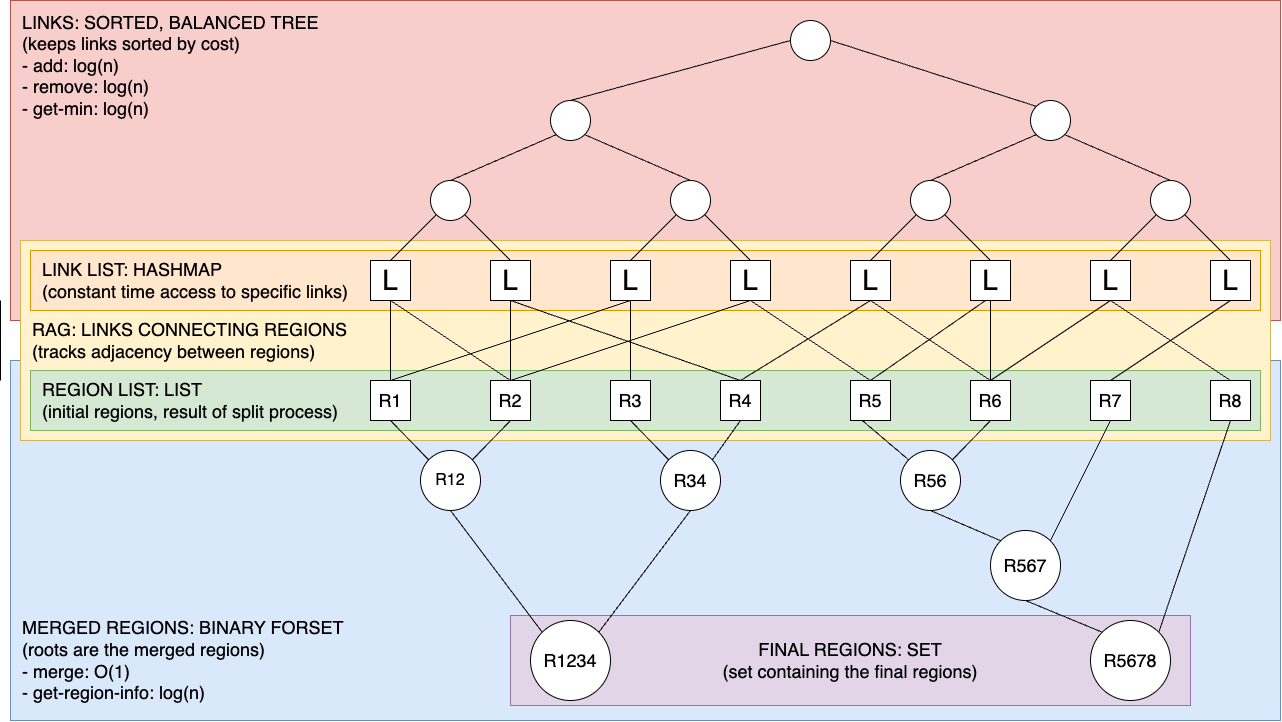
LucaPoda/split_and_merge keeps this draw.io diagram as content/DS_SignalProject.png. Above is the earlier version. Source tidied: cells renumbered, new cells last; positions are measured from the earlier drawing's top-left corner, leaving out a move shared by most shapes.
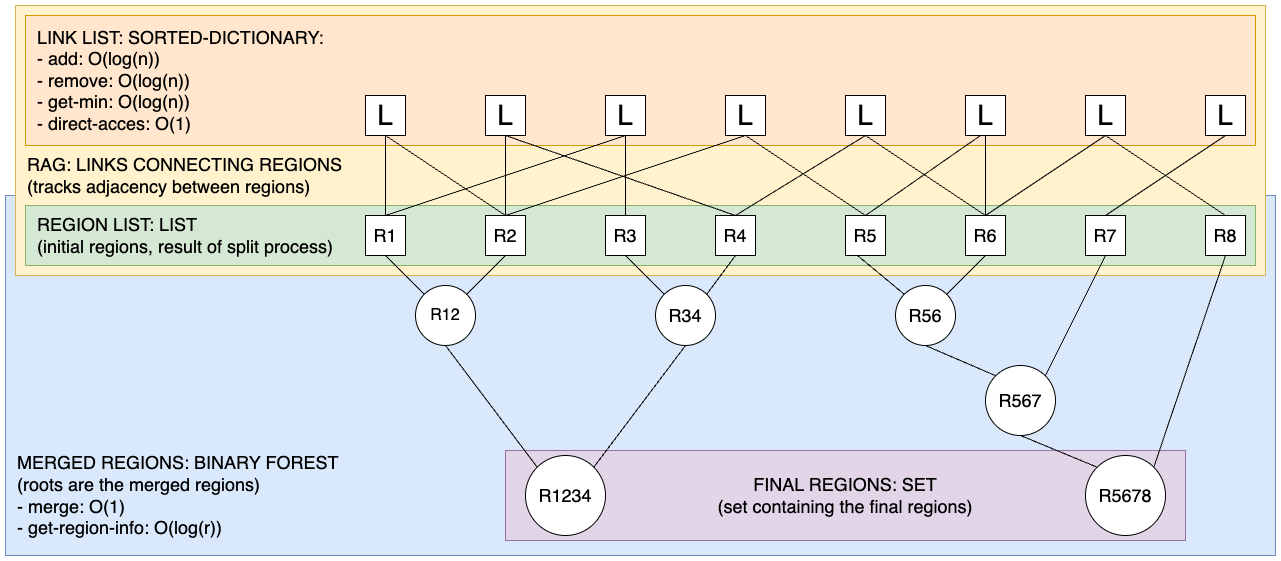
The same file after the commit.

The edit, as a diff of the source:
```diff
@@ -2,9 +2,6 @@
   <root>
     <mxCell id="0" />
     <mxCell id="1" parent="0" />
-    <mxCell id="2" style="rounded=0;whiteSpace=wrap;html=1;labelBackgroundColor=light-dark(#e88f68, #ededed);fillColor=#f8cecc;strokeColor=#b85450;" parent="1" vertex="1">
-      <mxGeometry x="10" width="1270" height="320" as="geometry" />
-    </mxCell>
     <mxCell id="3" style="rounded=0;whiteSpace=wrap;html=1;labelBackgroundColor=light-dark(#e88f68, #ededed);fillColor=#dae8fc;strokeColor=#6c8ebf;" parent="1" vertex="1">
       <mxGeometry x="10" y="360" width="1270" height="360" as="geometry" />
     </mxCell>
@@ -12,93 +9,14 @@
       <mxGeometry x="510" y="615" width="680" height="90" as="geometry" />
     </mxCell>
     <mxCell id="5" style="rounded=0;whiteSpace=wrap;html=1;labelBackgroundColor=light-dark(#e88f68, #ededed);fillColor=#fff2cc;strokeColor=#d6b656;" parent="1" vertex="1">
-      <mxGeometry x="20" y="240" width="1250" height="200" as="geometry" />
+      <mxGeometry x="20" y="170" width="1250" height="270" as="geometry" />
     </mxCell>
     <mxCell id="6" style="rounded=0;whiteSpace=wrap;html=1;labelBackgroundColor=light-dark(#e88f68, #ededed);fillColor=#d5e8d4;strokeColor=#82b366;" parent="1" vertex="1">
       <mxGeometry x="30" y="370" width="1230" height="60" as="geometry" />
     </mxCell>
     <mxCell id="7" style="rounded=0;whiteSpace=wrap;html=1;labelBackgroundColor=light-dark(#e88f68, #ededed);fillColor=#ffe6cc;strokeColor=#d79b00;" parent="1" vertex="1">
-      <mxGeometry x="30" y="250" width="1230" height="60" as="geometry" />
+      <mxGeometry x="30" y="180" width="1230" height="130" as="geometry" />
     </mxCell>
-    <mxCell id="8" style="ellipse;whiteSpace=wrap;html=1;" parent="1" vertex="1">
-      <mxGeometry x="790" y="20" width="40" height="40" as="geometry" />
-    </mxCell>
-    <mxCell id="9" value="&lt;div&gt;&lt;br&gt;&lt;/div&gt;&lt;div&gt;&lt;br&gt;&lt;/div&gt;" style="ellipse;whiteSpace=wrap;html=1;" parent="1" vertex="1">
-      <mxGeometry x="430" y="180" width="40" height="40" as="geometry" />
-    </mxCell>
-    <mxCell id="10" value="&lt;div&gt;&lt;br&gt;&lt;/div&gt;&lt;div&gt;&lt;br&gt;&lt;/div&gt;" style="ellipse;whiteSpace=wrap;html=1;" parent="1" vertex="1">
-      <mxGeometry x="670" y="180" width="40" height="40" as="geometry" />
-    </mxCell>
-    <mxCell id="11" value="&lt;div&gt;&lt;br&gt;&lt;/div&gt;&lt;div&gt;&lt;br&gt;&lt;/div&gt;" style="ellipse;whiteSpace=wrap;html=1;" parent="1" vertex="1">
-      <mxGeometry x="910" y="180" width="40" height="40" as="geometry" />
-    </mxCell>
-    <mxCell id="12" value="&lt;div&gt;&lt;br&gt;&lt;/div&gt;&lt;div&gt;&lt;br&gt;&lt;/div&gt;" style="ellipse;whiteSpace=wrap;html=1;" parent="1" vertex="1">
-      <mxGeometry x="1150" y="180" width="40" height="40" as="geometry" />
-    </mxCell>
-    <mxCell id="13" style="rounded=0;jettySize=auto;html=1;entryX=0;entryY=0.5;entryDx=0;entryDy=0;startArrow=none;startFill=0;endArrow=none;exitX=0.5;exitY=0;exitDx=0;exitDy=0;" parent="1" edge="1" source="15" target="8">
-      <mxGeometry relative="1" as="geometry" />
-    </mxCell>
-    <mxCell id="14" style="rounded=0;jettySize=auto;html=1;exitX=0;exitY=1;exitDx=0;exitDy=0;entryX=0.5;entryY=0;entryDx=0;entryDy=0;endArrow=none;startFill=0;" parent="1" edge="1" source="15" target="9">
-      <mxGeometry relative="1" as="geometry" />
-    </mxCell>
-    <mxCell id="15" value="&lt;div&gt;&lt;br&gt;&lt;/div&gt;&lt;div&gt;&lt;br&gt;&lt;/div&gt;" style="ellipse;whiteSpace=wrap;html=1;" parent="1" vertex="1">
-      <mxGeometry x="550" y="100" width="40" height="40" as="geometry" />
-    </mxCell>
-    <mxCell id="16" value="&lt;div&gt;&lt;br&gt;&lt;/div&gt;&lt;div&gt;&lt;br&gt;&lt;/div&gt;" style="ellipse;whiteSpace=wrap;html=1;" parent="1" vertex="1">
-      <mxGeometry x="1030" y="100" width="40" height="40" as="geometry" />
-    </mxCell>
-    <mxCell id="17" style="rounded=0;jettySize=auto;html=1;exitX=1;exitY=1;exitDx=0;exitDy=0;entryX=0.5;entryY=0;entryDx=0;entryDy=0;endArrow=none;startFill=0;" parent="1" edge="1" source="15" target="10">
-      <mxGeometry relative="1" as="geometry" />
-    </mxCell>
-    <mxCell id="18" style="rounded=0;jettySize=auto;html=1;exitX=0.5;exitY=0;exitDx=0;exitDy=0;entryX=0;entryY=1;entryDx=0;entryDy=0;endArrow=none;startFill=0;" parent="1" edge="1" target="9">
-      <mxGeometry relative="1" as="geometry">
-        <mxPoint x="390" y="260" as="sourcePoint" />
-      </mxGeometry>
-    </mxCell>
-    <mxCell id="19" style="rounded=0;jettySize=auto;html=1;exitX=0.5;exitY=0;exitDx=0;exitDy=0;endArrow=none;startFill=0;entryX=1;entryY=1;entryDx=0;entryDy=0;" parent="1" edge="1" target="9">
-      <mxGeometry relative="1" as="geometry">
-        <mxPoint x="510" y="260" as="sourcePoint" />
-      </mxGeometry>
-    </mxCell>
-    <mxCell id="20" style="rounded=0;jettySize=auto;html=1;exitX=0;exitY=1;exitDx=0;exitDy=0;entryX=0.5;entryY=0;entryDx=0;entryDy=0;endArrow=none;startFill=0;" parent="1" edge="1" source="10">
-      <mxGeometry relative="1" as="geometry">
-        <mxPoint x="630" y="260" as="targetPoint" />
-      </mxGeometry>
-    </mxCell>
-    <mxCell id="21" style="rounded=0;jettySize=auto;html=1;exitX=1;exitY=1;exitDx=0;exitDy=0;entryX=0.5;entryY=0;entryDx=0;entryDy=0;endArrow=none;startFill=0;" parent="1" edge="1" source="10">
-      <mxGeometry relative="1" as="geometry">
-        <mxPoint x="750" y="260" as="targetPoint" />
-      </mxGeometry>
-    </mxCell>
-    <mxCell id="22" style="rounded=0;jettySize=auto;html=1;exitX=1;exitY=0.5;exitDx=0;exitDy=0;entryX=0;entryY=0;entryDx=0;entryDy=0;endArrow=none;startFill=0;" parent="1" edge="1" source="8" target="16">
-      <mxGeometry relative="1" as="geometry" />
-    </mxCell>
-    <mxCell id="23" style="rounded=0;jettySize=auto;html=1;exitX=0;exitY=1;exitDx=0;exitDy=0;entryX=0.5;entryY=0;entryDx=0;entryDy=0;endArrow=none;startFill=0;" parent="1" edge="1" source="16" target="11">
-      <mxGeometry relative="1" as="geometry" />
-    </mxCell>
-    <mxCell id="24" style="rounded=0;jettySize=auto;html=1;exitX=1;exitY=1;exitDx=0;exitDy=0;entryX=0.5;entryY=0;entryDx=0;entryDy=0;endArrow=none;startFill=0;" parent="1" edge="1" source="16" target="12">
-      <mxGeometry relative="1" as="geometry" />
-    </mxCell>
-    <mxCell id="25" style="rounded=0;jettySize=auto;html=1;exitX=0;exitY=1;exitDx=0;exitDy=0;entryX=0.5;entryY=0;entryDx=0;entryDy=0;endArrow=none;startFill=0;" parent="1" edge="1" source="11">
-      <mxGeometry relative="1" as="geometry">
-        <mxPoint x="870" y="260" as="targetPoint" />
-      </mxGeometry>
-    </mxCell>
-    <mxCell id="26" style="rounded=0;jettySize=auto;html=1;exitX=0;exitY=1;exitDx=0;exitDy=0;entryX=0.5;entryY=0;entryDx=0;entryDy=0;endArrow=none;startFill=0;" parent="1" edge="1" source="12">
-      <mxGeometry relative="1" as="geometry">
-        <mxPoint x="1110" y="260" as="targetPoint" />
-      </mxGeometry>
-    </mxCell>
-    <mxCell id="27" style="rounded=0;jettySize=auto;html=1;exitX=1;exitY=1;exitDx=0;exitDy=0;endArrow=none;startFill=0;entryX=0.5;entryY=0;entryDx=0;entryDy=0;" parent="1" edge="1" source="12">
-      <mxGeometry relative="1" as="geometry">
-        <mxPoint x="1230" y="260" as="targetPoint" />
-      </mxGeometry>
-    </mxCell>
-    <mxCell id="28" style="rounded=0;jettySize=auto;html=1;exitX=1;exitY=1;exitDx=0;exitDy=0;entryX=0.5;entryY=0;entryDx=0;entryDy=0;endArrow=none;startFill=0;" parent="1" edge="1" source="11">
-      <mxGeometry relative="1" as="geometry">
-        <mxPoint x="990" y="260" as="targetPoint" />
-      </mxGeometry>
-    </mxCell>
     <mxCell id="29" value="&lt;font style=&quot;font-size: 28px;&quot;&gt;L&lt;/font&gt;" style="rounded=0;whiteSpace=wrap;html=1;" parent="1" vertex="1">
       <mxGeometry x="370" y="260" width="40" height="40" as="geometry" />
     </mxCell>
@@ -252,22 +170,13 @@
     <mxCell id="77" style="endArrow=none;html=1;rounded=0;entryX=0.5;entryY=1;entryDx=0;entryDy=0;exitX=0.5;exitY=0;exitDx=0;exitDy=0;" parent="1" edge="1" source="61" target="36">
       <mxGeometry relative="1" as="geometry" />
     </mxCell>
-    <mxCell id="78" style="endArrow=none;html=1;rounded=0;entryX=0.5;entryY=1;entryDx=0;entryDy=0;exitX=0.5;exitY=0;exitDx=0;exitDy=0;align=left;" parent="1" edge="1">
-      <mxGeometry relative="1" as="geometry">
-        <mxPoint y="380" as="sourcePoint" />
-        <mxPoint y="300" as="targetPoint" />
-      </mxGeometry>
-    </mxCell>
-    <mxCell id="79" value="&lt;div style=&quot;&quot;&gt;&lt;span style=&quot;font-size: 18px; background-color: transparent; color: light-dark(rgb(0, 0, 0), rgb(255, 255, 255));&quot;&gt;LINKS: SORTED, BALANCED TREE&lt;/span&gt;&lt;/div&gt;&lt;div&gt;&lt;font style=&quot;font-size: 18px;&quot;&gt;(keeps links sorted by cost)&lt;/font&gt;&lt;/div&gt;&lt;div&gt;&lt;font style=&quot;font-size: 18px;&quot;&gt;- add: log(n)&lt;/font&gt;&lt;/div&gt;&lt;div&gt;&lt;font style=&quot;font-size: 18px;&quot;&gt;- remove: log(n)&lt;/font&gt;&lt;/div&gt;&lt;div&gt;&lt;span style=&quot;font-size: 18px;&quot;&gt;- get-min: log(n)&lt;/span&gt;&lt;/div&gt;" style="text;html=1;align=left;verticalAlign=middle;whiteSpace=wrap;rounded=0;" parent="1" vertex="1">
-      <mxGeometry x="20" y="50" width="350" height="30" as="geometry" />
-    </mxCell>
-    <mxCell id="80" value="&lt;span style=&quot;font-size: 18px;&quot;&gt;LINK LIST: HASHMAP&lt;br&gt;(constant time access to specific links)&lt;/span&gt;" style="text;html=1;align=left;verticalAlign=middle;whiteSpace=wrap;rounded=0;" parent="1" vertex="1">
-      <mxGeometry x="40" y="265" width="330" height="30" as="geometry" />
+    <mxCell id="80" value="&lt;span style=&quot;font-size: 18px;&quot;&gt;LINK LIST: SORTED-DICTIONARY:&lt;br&gt;&lt;/span&gt;&lt;div&gt;&lt;div&gt;&lt;font style=&quot;font-size: 18px;&quot;&gt;- add: O(&lt;/font&gt;&lt;span style=&quot;font-size: 18px; background-color: transparent; color: light-dark(rgb(0, 0, 0), rgb(255, 255, 255));&quot;&gt;log(n))&lt;/span&gt;&lt;/div&gt;&lt;div&gt;&lt;font style=&quot;font-size: 18px;&quot;&gt;- remove: O(log(n))&lt;/font&gt;&lt;/div&gt;&lt;div&gt;&lt;span style=&quot;font-size: 18px;&quot;&gt;- get-min: O(log(n))&lt;/span&gt;&lt;/div&gt;&lt;/div&gt;&lt;div&gt;&lt;span style=&quot;font-size: 18px;&quot;&gt;- direct-acces: O(1)&lt;/span&gt;&lt;/div&gt;" style="text;html=1;align=left;verticalAlign=middle;whiteSpace=wrap;rounded=0;" parent="1" vertex="1">
+      <mxGeometry x="40" y="230" width="330" height="30" as="geometry" />
     </mxCell>
     <mxCell id="81" value="&lt;span style=&quot;font-size: 18px;&quot;&gt;REGION LIST: LIST&lt;br&gt;(initial regions, result of split process)&lt;/span&gt;" style="text;html=1;align=left;verticalAlign=middle;whiteSpace=wrap;rounded=0;" parent="1" vertex="1">
       <mxGeometry x="40" y="385" width="330" height="30" as="geometry" />
     </mxCell>
-    <mxCell id="82" value="&lt;div style=&quot;&quot;&gt;&lt;span style=&quot;font-size: 18px; background-color: transparent; color: light-dark(rgb(0, 0, 0), rgb(255, 255, 255));&quot;&gt;MERGED REGIONS: BINARY FORSET&lt;/span&gt;&lt;/div&gt;&lt;div&gt;&lt;font style=&quot;font-size: 18px;&quot;&gt;(roots are the merged regions)&lt;br&gt;- merge: O(1)&lt;/font&gt;&lt;/div&gt;&lt;div&gt;&lt;span style=&quot;font-size: 18px;&quot;&gt;- get-region-info: log(n)&lt;/span&gt;&lt;/div&gt;" style="text;html=1;align=left;verticalAlign=middle;whiteSpace=wrap;rounded=0;" parent="1" vertex="1">
+    <mxCell id="82" value="&lt;div style=&quot;&quot;&gt;&lt;span style=&quot;font-size: 18px; background-color: transparent; color: light-dark(rgb(0, 0, 0), rgb(255, 255, 255));&quot;&gt;MERGED REGIONS: BINARY FOREST&lt;/span&gt;&lt;/div&gt;&lt;div&gt;&lt;font style=&quot;font-size: 18px;&quot;&gt;(roots are the merged regions)&lt;br&gt;- merge: O(1)&lt;/font&gt;&lt;/div&gt;&lt;div&gt;&lt;span style=&quot;font-size: 18px;&quot;&gt;- get-region-info: O(log(r))&lt;/span&gt;&lt;/div&gt;" style="text;html=1;align=left;verticalAlign=middle;whiteSpace=wrap;rounded=0;" parent="1" vertex="1">
       <mxGeometry x="20" y="645" width="350" height="30" as="geometry" />
     </mxCell>
     <mxCell id="83" value="&lt;span style=&quot;font-size: 18px;&quot;&gt;RAG: LINKS CONNECTING REGIONS&lt;br&gt;(tracks adjacency between regions)&lt;/span&gt;" style="text;html=1;align=left;verticalAlign=middle;whiteSpace=wrap;rounded=0;" parent="1" vertex="1">
```
